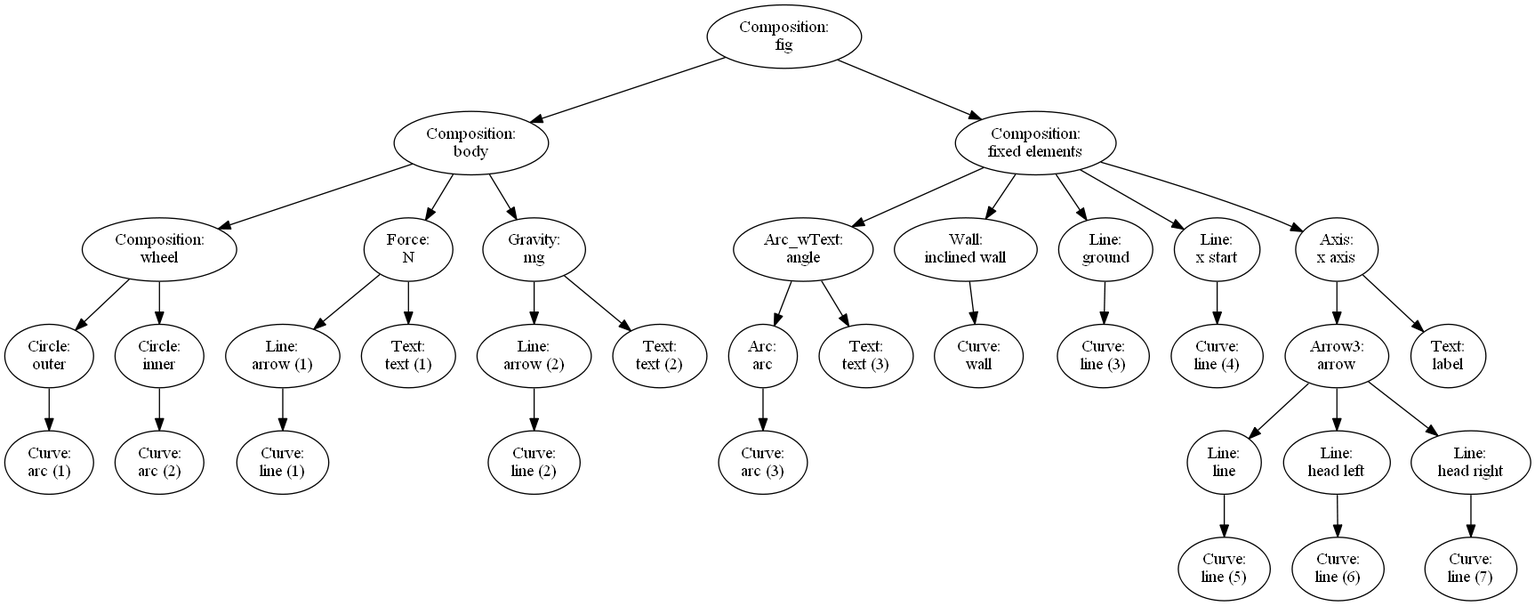
The Graphviz diagram notebooks/fig.png in gbrault/jupytersketcher, before a commit. Its source is kept beside it as notebooks/fig.dot. The source it was exported from:
```dot
digraph G {
"Composition:\nfig" -> "Composition:\nbody";
"Composition:\nbody" -> "Composition:\nwheel";
"Composition:\nwheel" -> "Circle:\nouter";
"Circle:\nouter" -> "Curve:\narc (1)";
"Composition:\nwheel" -> "Circle:\ninner";
"Circle:\ninner" -> "Curve:\narc (2)";
"Composition:\nbody" -> "Force:\nN";
"Force:\nN" -> "Line:\narrow (1)";
"Line:\narrow (1)" -> "Curve:\nline (1)";
"Force:\nN" -> "Text:\ntext (1)";
"Composition:\nbody" -> "Gravity:\nmg";
"Gravity:\nmg" -> "Line:\narrow (2)";
"Line:\narrow (2)" -> "Curve:\nline (2)";
"Gravity:\nmg" -> "Text:\ntext (2)";
"Composition:\nfig" -> "Composition:\nfixed elements";
"Composition:\nfixed elements" -> "Arc_wText:\nangle";
"Arc_wText:\nangle" -> "Arc:\narc";
"Arc:\narc" -> "Curve:\narc (3)";
"Arc_wText:\nangle" -> "Text:\ntext (3)";
"Composition:\nfixed elements" -> "Wall:\ninclined wall";
"Wall:\ninclined wall" -> "Curve:\nwall";
"Composition:\nfixed elements" -> "Line:\nground";
"Line:\nground" -> "Curve:\nline (3)";
"Composition:\nfixed elements" -> "Line:\nx start";
"Line:\nx start" -> "Curve:\nline (4)";
"Composition:\nfixed elements" -> "Axis:\nx axis";
"Axis:\nx axis" -> "Arrow3:\narrow";
"Arrow3:\narrow" -> "Line:\nline";
"Line:\nline" -> "Curve:\nline (5)";
"Arrow3:\narrow" -> "Line:\nhead left";
"Line:\nhead left" -> "Curve:\nline (6)";
"Arrow3:\narrow" -> "Line:\nhead right";
"Line:\nhead right" -> "Curve:\nline (7)";
"Axis:\nx axis" -> "Text:\nlabel";
}
```
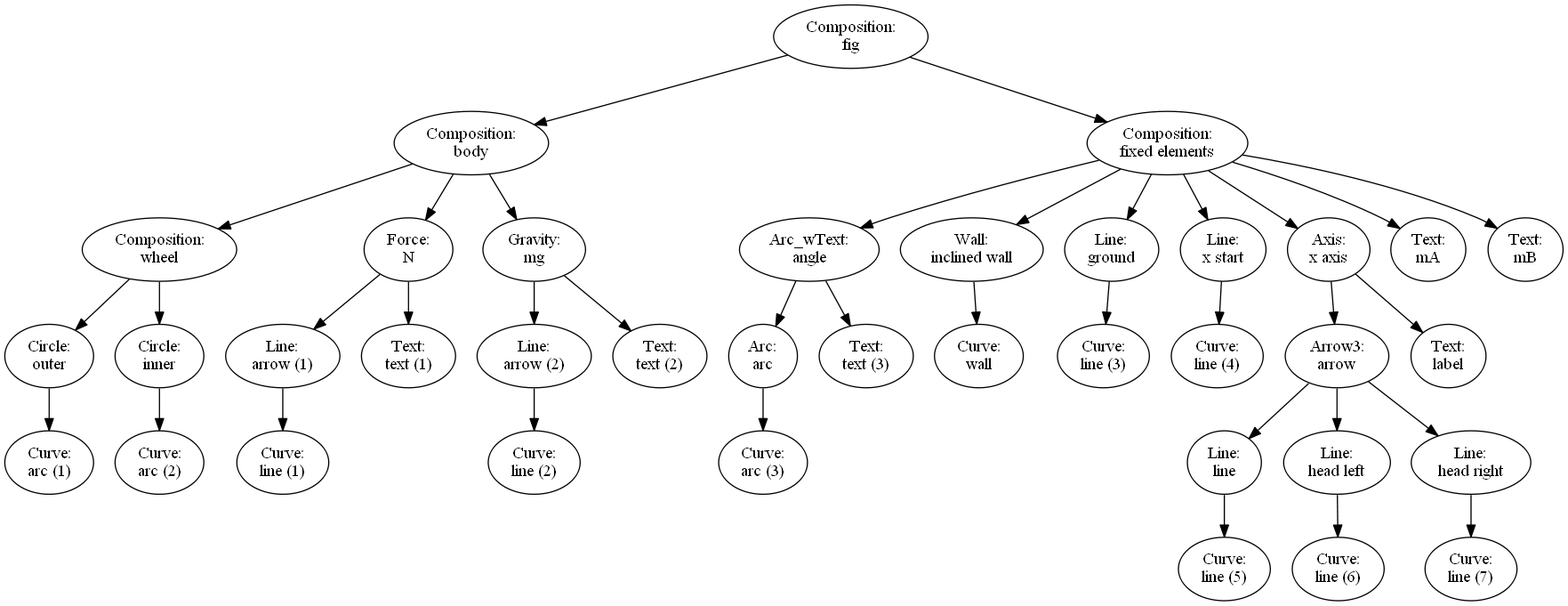
The same diagram one commit later.

Change to the diagram source:
```diff
@@ -33,4 +33,6 @@
 "Arrow3:\narrow" -> "Line:\nhead right";
 "Line:\nhead right" -> "Curve:\nline (7)";
 "Axis:\nx axis" -> "Text:\nlabel";
+"Composition:\nfixed elements" -> "Text:\nmA";
+"Composition:\nfixed elements" -> "Text:\nmB";
 }
```
